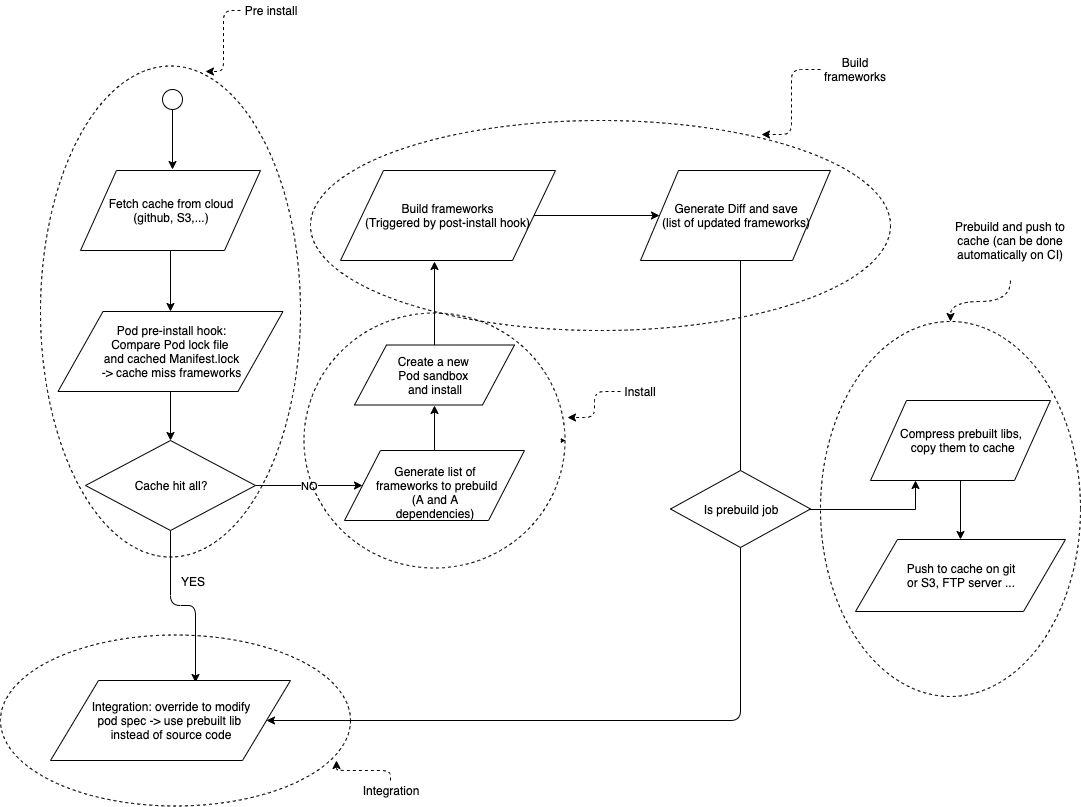
This is images/Pods-cache-flow.png from grab/cocoapods-binary-cache, a draw.io export, as it was before one commit. Source tidied: cells renumbered, new cells last; positions are measured from the earlier drawing's top-left corner, leaving out a move shared by most shapes.
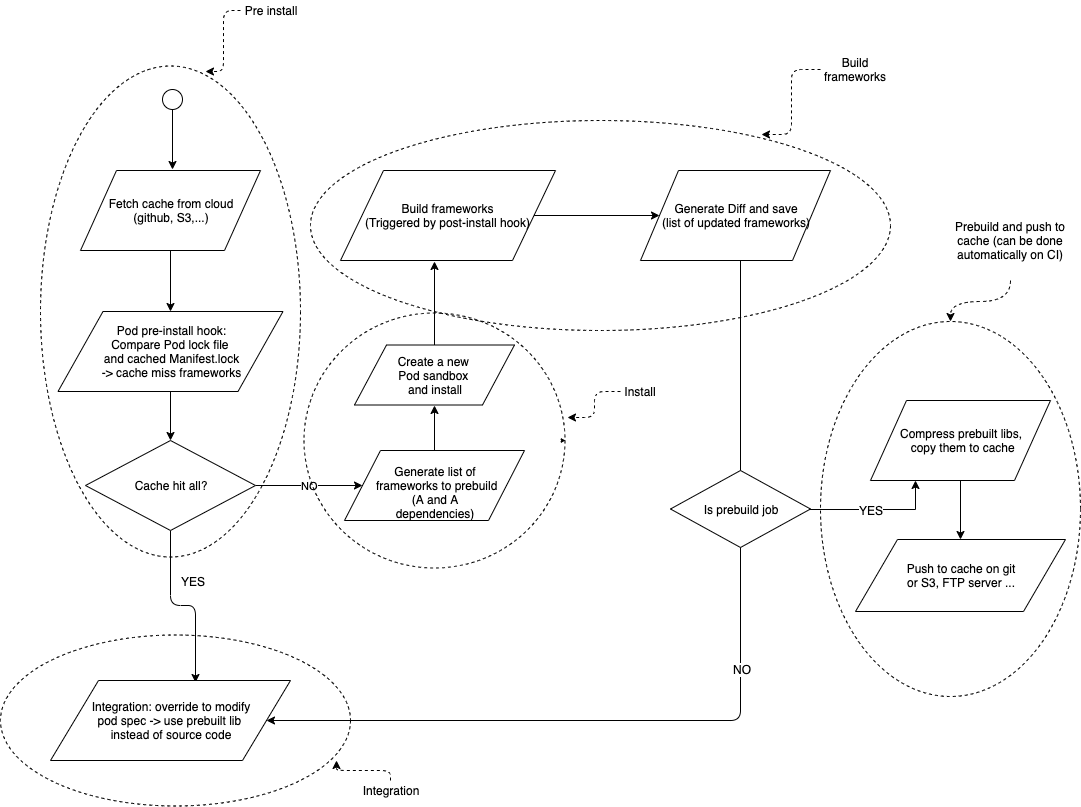
The same file after the commit.

What changed in the source:
```diff
@@ -54,6 +54,9 @@
         </Array>
       </mxGeometry>
     </mxCell>
+    <mxCell id="42" value="NO" style="text;html=1;align=center;verticalAlign=middle;labelBackgroundColor=#ffffff;" parent="17" vertex="1">
+      <mxGeometry x="-0.13" y="1" relative="1" as="geometry" />
+    </mxCell>
     <mxCell id="18" value="Generate Diff and save&lt;br&gt;(list of updated frameworks)" style="shape=parallelogram;perimeter=parallelogramPerimeter;whiteSpace=wrap;html=1;" parent="1" vertex="1">
       <mxGeometry x="640" y="170" width="190" height="90" as="geometry" />
     </mxCell>
@@ -125,6 +128,9 @@
     <mxCell id="40" style="edgeStyle=orthogonalEdgeStyle;rounded=0;jettySize=auto;html=1;entryX=0.25;entryY=1;entryDx=0;entryDy=0;" parent="1" edge="1" source="41" target="34">
       <mxGeometry relative="1" as="geometry" />
     </mxCell>
+    <mxCell id="43" value="YES" style="text;html=1;align=center;verticalAlign=middle;labelBackgroundColor=#ffffff;" parent="40" vertex="1">
+      <mxGeometry x="-0.1" relative="1" as="geometry" />
+    </mxCell>
     <mxCell id="41" value="Is prebuild job" style="rhombus;whiteSpace=wrap;html=1;" parent="1" vertex="1">
       <mxGeometry x="670" y="470" width="140" height="77" as="geometry" />
     </mxCell>
```
